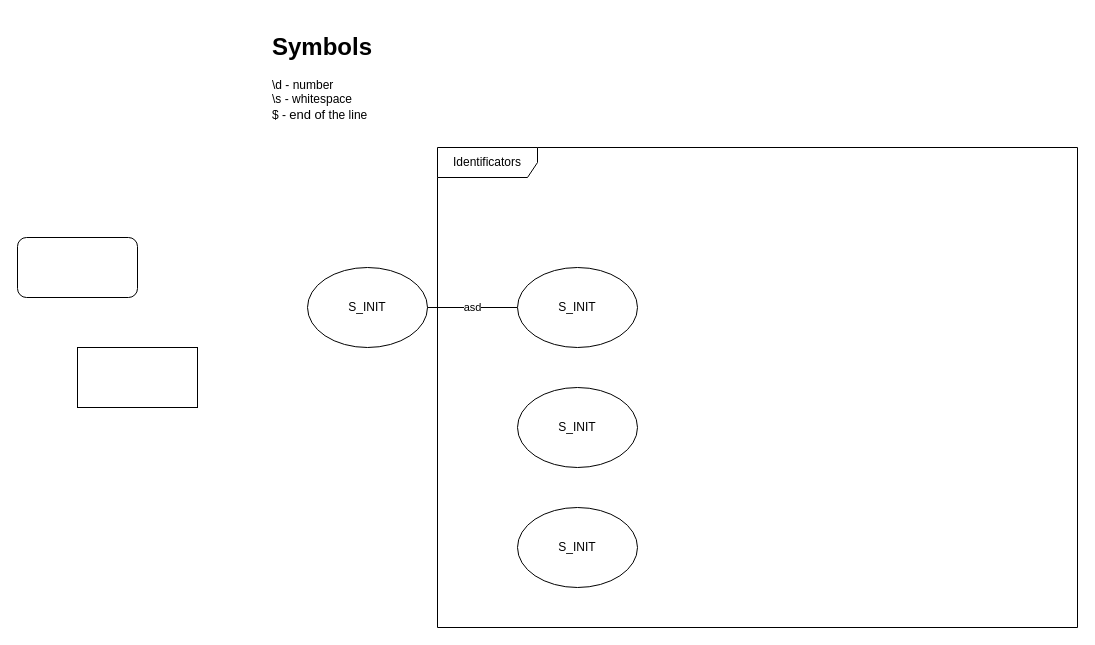
Above: LexicalAnalysis.drawio in lertcz/GoLangCompiler (draw.io), before the change. Source tidied: cells renumbered, new cells numbered last; positions are measured from the earlier drawing's top-left corner, leaving out a move shared by most shapes. Both pictures are drawn from the tidied source at 100%, with x=0, y=0 at pixel (17, 27).
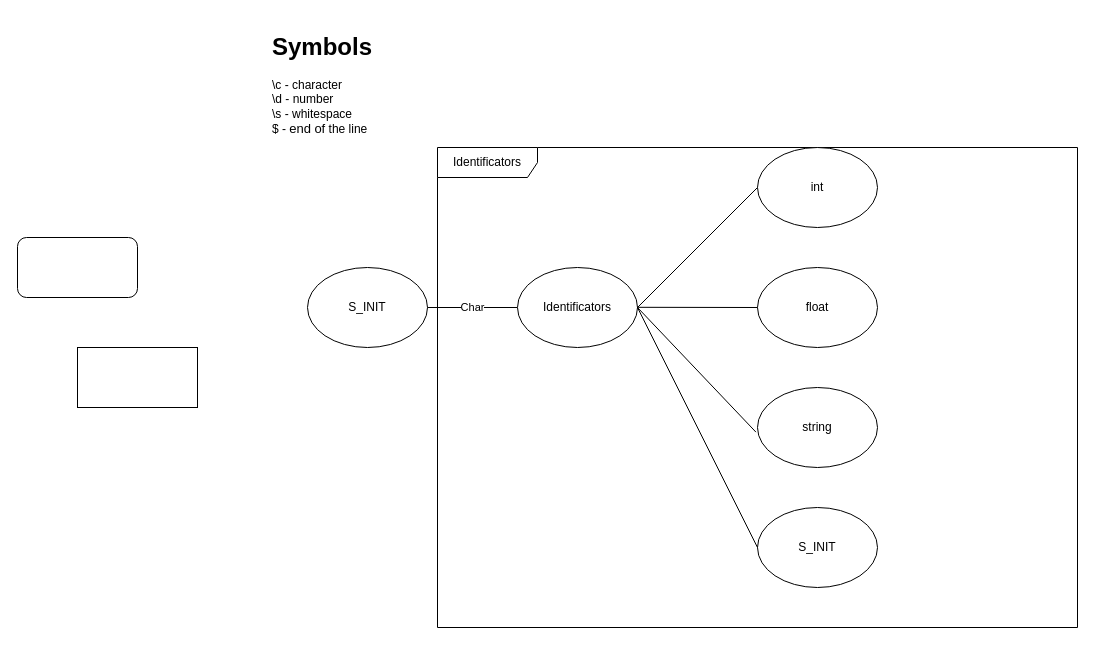
The same page after the edit.

Change to the diagram source:
```diff
@@
 <mxGraphModel>
   <root>
     <mxCell id="0" />
     <mxCell id="1" parent="0" />
     <mxCell id="2" value="S_INIT" style="ellipse;whiteSpace=wrap;html=1;" parent="1" vertex="1">
       <mxGeometry x="290" y="240" width="120" height="80" as="geometry" />
     </mxCell>
     <mxCell id="3" style="rounded=0;whiteSpace=wrap;html=1;" parent="1" vertex="1">
       <mxGeometry x="60" y="320" width="120" height="60" as="geometry" />
     </mxCell>
     <mxCell id="4" style="rounded=1;whiteSpace=wrap;html=1;" parent="1" vertex="1">
       <mxGeometry y="210" width="120" height="60" as="geometry" />
     </mxCell>
     <mxCell id="5" value="Identificators" style="shape=umlFrame;whiteSpace=wrap;html=1;fillColor=default;width=100;height=30;" parent="1" vertex="1">
       <mxGeometry x="420" y="120" width="640" height="480" as="geometry" />
     </mxCell>
-    <mxCell id="6" value="asd" style="endArrow=none;html=1;rounded=0;exitX=1;exitY=0.5;exitDx=0;exitDy=0;" parent="1" edge="1" source="2">
+    <mxCell id="6" value="Char" style="endArrow=none;html=1;rounded=0;exitX=1;exitY=0.5;exitDx=0;exitDy=0;" parent="1" edge="1" source="2">
       <mxGeometry relative="1" as="geometry">
         <mxPoint x="500" y="280" as="targetPoint" />
       </mxGeometry>
     </mxCell>
-    <mxCell id="7" value="S_INIT" style="ellipse;whiteSpace=wrap;html=1;" parent="1" vertex="1">
+    <mxCell id="7" value="Identificators" style="ellipse;whiteSpace=wrap;html=1;" parent="1" vertex="1">
       <mxGeometry x="500" y="240" width="120" height="80" as="geometry" />
     </mxCell>
-    <mxCell id="8" value="S_INIT" style="ellipse;whiteSpace=wrap;html=1;" parent="1" vertex="1">
-      <mxGeometry x="500" y="360" width="120" height="80" as="geometry" />
+    <mxCell id="8" value="int" style="ellipse;whiteSpace=wrap;html=1;" parent="1" vertex="1">
+      <mxGeometry x="740" y="120" width="120" height="80" as="geometry" />
     </mxCell>
-    <mxCell id="9" value="S_INIT" style="ellipse;whiteSpace=wrap;html=1;" parent="1" vertex="1">
-      <mxGeometry x="500" y="480" width="120" height="80" as="geometry" />
+    <mxCell id="9" value="float" style="ellipse;whiteSpace=wrap;html=1;" parent="1" vertex="1">
+      <mxGeometry x="740" y="240" width="120" height="80" as="geometry" />
     </mxCell>
-    <mxCell id="10" value="&lt;h1&gt;Symbols&lt;/h1&gt;&lt;p&gt;\d - number&lt;br&gt;\s - whitespace&lt;br&gt;&lt;span style=&quot;background-color: transparent; font-family: inherit; font-size: var(--fs-body1); font-style: inherit; font-variant-ligatures: inherit; font-variant-caps: inherit; font-weight: inherit; color: var(--highlight-color);&quot;&gt;$ - &lt;/span&gt;&lt;span style=&quot;background-color: transparent; font-family: inherit; font-style: inherit; font-variant: inherit; font-weight: inherit; color: var(--highlight-keyword); margin: 0px; padding: 0px; border: 0px; font-stretch: inherit; line-height: inherit; font-size: 13px; vertical-align: baseline; box-sizing: inherit;&quot; class=&quot;hljs-keyword&quot;&gt;end&lt;/span&gt;&lt;span style=&quot;background-color: transparent; font-family: inherit; font-size: var(--fs-body1); font-style: inherit; font-variant-ligatures: inherit; font-variant-caps: inherit; font-weight: inherit; color: var(--highlight-color);&quot;&gt; &lt;/span&gt;&lt;span style=&quot;background-color: transparent; font-family: inherit; font-style: inherit; font-variant: inherit; font-weight: inherit; color: var(--highlight-keyword); margin: 0px; padding: 0px; border: 0px; font-stretch: inherit; line-height: inherit; font-size: 13px; vertical-align: baseline; box-sizing: inherit;&quot; class=&quot;hljs-keyword&quot;&gt;of&lt;/span&gt;&lt;span style=&quot;background-color: transparent; font-family: inherit; font-size: var(--fs-body1); font-style: inherit; font-variant-ligatures: inherit; font-variant-caps: inherit; font-weight: inherit; color: var(--highlight-color);&quot;&gt; the line&lt;/span&gt;&lt;/p&gt;" style="text;html=1;strokeColor=none;fillColor=none;spacing=5;spacingTop=-20;whiteSpace=wrap;overflow=hidden;rounded=0;" parent="1" vertex="1">
+    <mxCell id="10" value="&lt;h1&gt;Symbols&lt;/h1&gt;&lt;p&gt;&lt;span style=&quot;background-color: initial;&quot;&gt;\c - character&lt;br&gt;\d - number&lt;br&gt;&lt;/span&gt;&lt;span style=&quot;background-color: initial;&quot;&gt;\s - whitespace&lt;br&gt;&lt;/span&gt;&lt;span style=&quot;background-color: transparent; color: var(--highlight-color); font-family: inherit; font-size: var(--fs-body1); font-weight: inherit; font-style: inherit; font-variant-ligatures: inherit; font-variant-caps: inherit;&quot;&gt;$ - &lt;/span&gt;&lt;span style=&quot;background-color: transparent; color: var(--highlight-keyword); font-family: inherit; font-weight: inherit; font-style: inherit; font-variant: inherit; margin: 0px; padding: 0px; border: 0px; font-stretch: inherit; line-height: inherit; font-size: 13px; vertical-align: baseline; box-sizing: inherit;&quot; class=&quot;hljs-keyword&quot;&gt;end&lt;/span&gt;&lt;span style=&quot;background-color: transparent; color: var(--highlight-color); font-family: inherit; font-size: var(--fs-body1); font-weight: inherit; font-style: inherit; font-variant-ligatures: inherit; font-variant-caps: inherit;&quot;&gt; &lt;/span&gt;&lt;span style=&quot;background-color: transparent; color: var(--highlight-keyword); font-family: inherit; font-weight: inherit; font-style: inherit; font-variant: inherit; margin: 0px; padding: 0px; border: 0px; font-stretch: inherit; line-height: inherit; font-size: 13px; vertical-align: baseline; box-sizing: inherit;&quot; class=&quot;hljs-keyword&quot;&gt;of&lt;/span&gt;&lt;span style=&quot;background-color: transparent; color: var(--highlight-color); font-family: inherit; font-size: var(--fs-body1); font-weight: inherit; font-style: inherit; font-variant-ligatures: inherit; font-variant-caps: inherit;&quot;&gt; the line&lt;/span&gt;&lt;/p&gt;" style="text;html=1;strokeColor=none;fillColor=none;spacing=5;spacingTop=-20;whiteSpace=wrap;overflow=hidden;rounded=0;" parent="1" vertex="1">
       <mxGeometry x="250" width="190" height="120" as="geometry" />
     </mxCell>
+    <mxCell id="11" value="string" style="ellipse;whiteSpace=wrap;html=1;" parent="1" vertex="1">
+      <mxGeometry x="740" y="360" width="120" height="80" as="geometry" />
+    </mxCell>
+    <mxCell id="12" value="S_INIT" style="ellipse;whiteSpace=wrap;html=1;" parent="1" vertex="1">
+      <mxGeometry x="740" y="480" width="120" height="80" as="geometry" />
+    </mxCell>
+    <mxCell id="13" style="endArrow=none;html=1;rounded=0;exitX=1;exitY=0.5;exitDx=0;exitDy=0;entryX=0;entryY=0.5;entryDx=0;entryDy=0;" parent="1" edge="1" target="9">
+      <mxGeometry relative="1" as="geometry">
+        <mxPoint x="620" y="279.8" as="sourcePoint" />
+      </mxGeometry>
+    </mxCell>
+    <mxCell id="14" style="endArrow=none;html=1;rounded=0;exitX=1;exitY=0.5;exitDx=0;exitDy=0;entryX=0;entryY=0.5;entryDx=0;entryDy=0;" parent="1" edge="1" source="7" target="8">
+      <mxGeometry relative="1" as="geometry" />
+    </mxCell>
+    <mxCell id="15" style="endArrow=none;html=1;rounded=0;entryX=-0.013;entryY=0.558;entryDx=0;entryDy=0;entryPerimeter=0;" parent="1" edge="1" target="11">
+      <mxGeometry relative="1" as="geometry">
+        <mxPoint x="620" y="280" as="sourcePoint" />
+      </mxGeometry>
+    </mxCell>
+    <mxCell id="16" style="endArrow=none;html=1;rounded=0;exitX=1;exitY=0.5;exitDx=0;exitDy=0;entryX=0;entryY=0.5;entryDx=0;entryDy=0;" parent="1" edge="1" source="7" target="12">
+      <mxGeometry relative="1" as="geometry" />
+    </mxCell>
   </root>
 </mxGraphModel>
```
